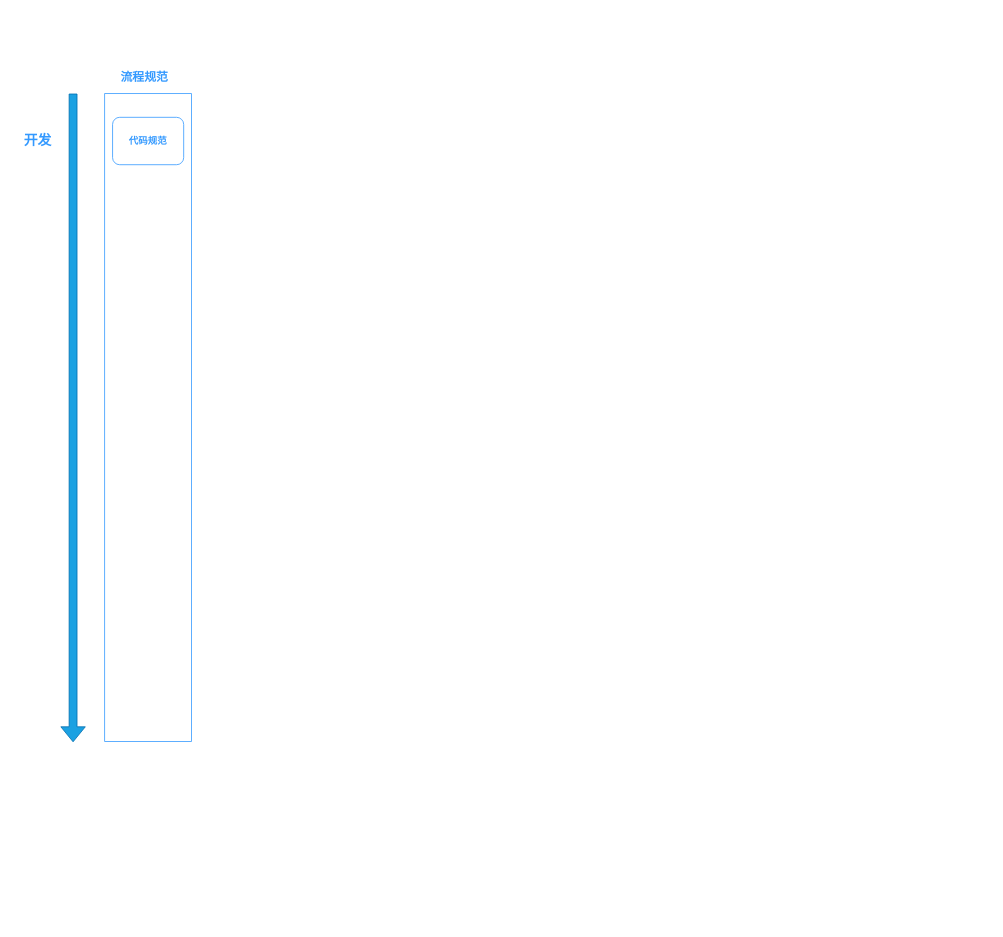
Before: 前端架构图.drawio in huangyijan/ImageRepository, a draw.io diagram. Source tidied: cells renumbered, new cells numbered last; positions are measured from the earlier drawing's top-left corner, leaving out a move shared by most shapes. Both pictures are drawn from the tidied source at 79%, with x=0, y=0 at pixel (13, 54).
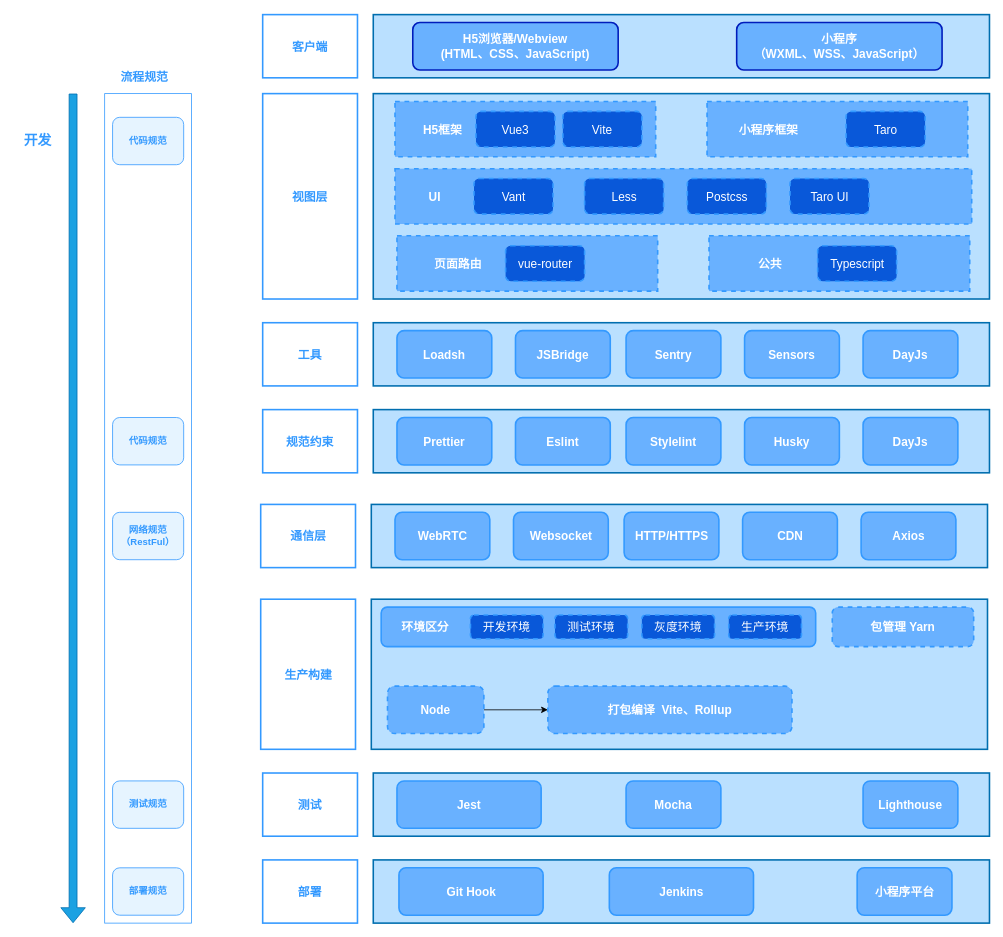
Above is the later version.

Commit message:
更新前端架构图.drawio

What changed in the source:
```diff
@@
     <mxCell id="2" style="shape=flexArrow;endArrow=classic;html=1;rounded=0;fillColor=#1ba1e2;strokeColor=#006EAF;" parent="1" edge="1">
       <mxGeometry relative="1" as="geometry">
         <mxPoint x="75" y="50" as="sourcePoint" />
-        <mxPoint x="75" y="871" as="targetPoint" />
+        <mxPoint x="75" y="1100" as="targetPoint" />
       </mxGeometry>
     </mxCell>
     <mxCell id="3" style="rounded=0;whiteSpace=wrap;html=1;strokeColor=#3399FF;strokeWidth=1;" parent="1" vertex="1">
-      <mxGeometry x="115" y="50" width="110" height="820" as="geometry" />
+      <mxGeometry x="115" y="50" width="110" height="1050" as="geometry" />
     </mxCell>
-    <mxCell id="4" value="&lt;b&gt;&lt;font color=&quot;#3399ff&quot;&gt;代码规范&lt;/font&gt;&lt;/b&gt;" style="rounded=1;whiteSpace=wrap;html=1;strokeColor=#3399FF;" parent="1" vertex="1">
+    <mxCell id="4" value="&lt;b&gt;&lt;font color=&quot;#3399ff&quot;&gt;代码规范&lt;/font&gt;&lt;/b&gt;" style="rounded=1;whiteSpace=wrap;html=1;strokeColor=#3399FF;fillColor=#e6f4ff;" parent="1" vertex="1">
       <mxGeometry x="125" y="80" width="90" height="60" as="geometry" />
     </mxCell>
@@
+    <mxCell id="7" value="&lt;b&gt;客户端&lt;/b&gt;" style="rounded=0;whiteSpace=wrap;html=1;strokeColor=#3399FF;strokeWidth=2;fontSize=15;fontColor=#3399FF;" parent="1" vertex="1">
+      <mxGeometry x="315" y="-50" width="120" height="80" as="geometry" />
+    </mxCell>
+    <mxCell id="8" style="rounded=0;whiteSpace=wrap;html=1;strokeColor=#006EAF;strokeWidth=2;fontSize=15;fontColor=#ffffff;align=center;fillColor=#bae0ff;" parent="1" vertex="1">
+      <mxGeometry x="455" y="-50" width="780" height="80" as="geometry" />
+    </mxCell>
+    <mxCell id="9" value="&lt;b&gt;H5浏览器/Webview&lt;br&gt;(HTML、CSS、JavaScript)&lt;br&gt;&lt;/b&gt;" style="rounded=1;whiteSpace=wrap;html=1;strokeColor=#001DBC;strokeWidth=2;fontSize=15;fontColor=#ffffff;fillColor=#69b1ff;" parent="1" vertex="1">
+      <mxGeometry x="505" y="-40" width="260" height="60" as="geometry" />
+    </mxCell>
+    <mxCell id="10" value="&lt;b&gt;小程序&lt;br&gt;（WXML、WSS、JavaScript）&lt;br&gt;&lt;/b&gt;" style="rounded=1;whiteSpace=wrap;html=1;strokeColor=#001DBC;strokeWidth=2;fontSize=15;fontColor=#ffffff;fillColor=#69b1ff;" parent="1" vertex="1">
+      <mxGeometry x="915" y="-40" width="260" height="60" as="geometry" />
+    </mxCell>
+    <mxCell id="11" value="&lt;b&gt;视图层&lt;/b&gt;" style="rounded=0;whiteSpace=wrap;html=1;strokeColor=#3399FF;strokeWidth=2;fontSize=15;fontColor=#3399FF;" parent="1" vertex="1">
+      <mxGeometry x="315" y="50" width="120" height="260" as="geometry" />
+    </mxCell>
+    <mxCell id="12" style="rounded=0;whiteSpace=wrap;html=1;strokeColor=#006EAF;strokeWidth=2;fontSize=15;fontColor=#ffffff;align=center;fillColor=#bae0ff;" parent="1" vertex="1">
+      <mxGeometry x="455" y="50" width="780" height="260" as="geometry" />
+    </mxCell>
+    <mxCell id="13" style="rounded=0;whiteSpace=wrap;html=1;strokeColor=#3399FF;strokeWidth=2;fontSize=15;fontColor=#FFFFFF;fillColor=#69b1ff;dashed=1;" parent="1" vertex="1">
+      <mxGeometry x="482.5" y="60" width="330" height="70" as="geometry" />
+    </mxCell>
+    <mxCell id="14" value="&lt;b&gt;H5框架&lt;/b&gt;" style="text;html=1;strokeColor=none;fillColor=none;align=center;verticalAlign=middle;whiteSpace=wrap;rounded=0;dashed=1;strokeWidth=2;fontSize=15;fontColor=#FFFFFF;" parent="1" vertex="1">
+      <mxGeometry x="512.5" y="80" width="60" height="30" as="geometry" />
+    </mxCell>
+    <mxCell id="15" value="Vue3" style="rounded=1;whiteSpace=wrap;html=1;dashed=1;strokeColor=#3399FF;strokeWidth=2;fontSize=15;fontColor=#FFFFFF;fillColor=#0958d9;" parent="1" vertex="1">
+      <mxGeometry x="585" y="72.5" width="100" height="45" as="geometry" />
+    </mxCell>
+    <mxCell id="16" style="rounded=0;whiteSpace=wrap;html=1;strokeColor=#3399FF;strokeWidth=2;fontSize=15;fontColor=#FFFFFF;fillColor=#69b1ff;dashed=1;" parent="1" vertex="1">
+      <mxGeometry x="877.5" y="60" width="330" height="70" as="geometry" />
+    </mxCell>
+    <mxCell id="17" value="&lt;b&gt;小程序框架&lt;/b&gt;" style="text;html=1;strokeColor=none;fillColor=none;align=center;verticalAlign=middle;whiteSpace=wrap;rounded=0;dashed=1;strokeWidth=2;fontSize=15;fontColor=#FFFFFF;" parent="1" vertex="1">
+      <mxGeometry x="907.5" y="80" width="95" height="30" as="geometry" />
+    </mxCell>
+    <mxCell id="18" value="Taro" style="rounded=1;whiteSpace=wrap;html=1;dashed=1;strokeColor=#3399FF;strokeWidth=2;fontSize=15;fontColor=#FFFFFF;fillColor=#0958d9;" parent="1" vertex="1">
+      <mxGeometry x="1053.5" y="72.5" width="100" height="45" as="geometry" />
+    </mxCell>
+    <mxCell id="19" style="rounded=0;whiteSpace=wrap;html=1;strokeColor=#3399FF;strokeWidth=2;fontSize=15;fontColor=#FFFFFF;fillColor=#69b1ff;dashed=1;" parent="1" vertex="1">
+      <mxGeometry x="482.5" y="145" width="730" height="70" as="geometry" />
+    </mxCell>
+    <mxCell id="20" value="&lt;b&gt;UI&lt;/b&gt;" style="text;html=1;strokeColor=none;fillColor=none;align=center;verticalAlign=middle;whiteSpace=wrap;rounded=0;dashed=1;strokeWidth=2;fontSize=15;fontColor=#FFFFFF;" parent="1" vertex="1">
+      <mxGeometry x="502.5" y="165" width="60" height="30" as="geometry" />
+    </mxCell>
+    <mxCell id="21" value="Vant" style="rounded=1;whiteSpace=wrap;html=1;dashed=1;strokeColor=#3399FF;strokeWidth=2;fontSize=15;fontColor=#FFFFFF;fillColor=#0958d9;" parent="1" vertex="1">
+      <mxGeometry x="582.5" y="157.5" width="100" height="45" as="geometry" />
+    </mxCell>
+    <mxCell id="22" value="Taro UI" style="rounded=1;whiteSpace=wrap;html=1;dashed=1;strokeColor=#3399FF;strokeWidth=2;fontSize=15;fontColor=#FFFFFF;fillColor=#0958d9;" parent="1" vertex="1">
+      <mxGeometry x="982.5" y="157.5" width="100" height="45" as="geometry" />
+    </mxCell>
+    <mxCell id="23" value="Less" style="rounded=1;whiteSpace=wrap;html=1;dashed=1;strokeColor=#3399FF;strokeWidth=2;fontSize=15;fontColor=#FFFFFF;fillColor=#0958d9;" parent="1" vertex="1">
+      <mxGeometry x="722.5" y="157.5" width="100" height="45" as="geometry" />
+    </mxCell>
+    <mxCell id="24" value="Postcss" style="rounded=1;whiteSpace=wrap;html=1;dashed=1;strokeColor=#3399FF;strokeWidth=2;fontSize=15;fontColor=#FFFFFF;fillColor=#0958d9;" parent="1" vertex="1">
+      <mxGeometry x="852.5" y="157.5" width="100" height="45" as="geometry" />
+    </mxCell>
+    <mxCell id="25" value="Vite" style="rounded=1;whiteSpace=wrap;html=1;dashed=1;strokeColor=#3399FF;strokeWidth=2;fontSize=15;fontColor=#FFFFFF;fillColor=#0958d9;" parent="1" vertex="1">
+      <mxGeometry x="695" y="72.5" width="100" height="45" as="geometry" />
+    </mxCell>
+    <mxCell id="26" style="rounded=0;whiteSpace=wrap;html=1;strokeColor=#3399FF;strokeWidth=2;fontSize=15;fontColor=#FFFFFF;fillColor=#69b1ff;dashed=1;" parent="1" vertex="1">
+      <mxGeometry x="485" y="230" width="330" height="70" as="geometry" />
+    </mxCell>
+    <mxCell id="27" value="&lt;b&gt;页面路由&lt;/b&gt;" style="text;html=1;strokeColor=none;fillColor=none;align=center;verticalAlign=middle;whiteSpace=wrap;rounded=0;dashed=1;strokeWidth=2;fontSize=15;fontColor=#FFFFFF;" parent="1" vertex="1">
+      <mxGeometry x="515" y="250" width="95" height="30" as="geometry" />
+    </mxCell>
+    <mxCell id="28" value="vue-router" style="rounded=1;whiteSpace=wrap;html=1;dashed=1;strokeColor=#3399FF;strokeWidth=2;fontSize=15;fontColor=#FFFFFF;fillColor=#0958d9;" parent="1" vertex="1">
+      <mxGeometry x="622.5" y="242.5" width="100" height="45" as="geometry" />
+    </mxCell>
+    <mxCell id="29" value="&lt;b&gt;工具&lt;/b&gt;" style="rounded=0;whiteSpace=wrap;html=1;strokeColor=#3399FF;strokeWidth=2;fontSize=15;fontColor=#3399FF;" parent="1" vertex="1">
+      <mxGeometry x="315" y="340" width="120" height="80" as="geometry" />
+    </mxCell>
+    <mxCell id="30" style="rounded=0;whiteSpace=wrap;html=1;strokeColor=#006EAF;strokeWidth=2;fontSize=15;fontColor=#ffffff;align=center;fillColor=#bae0ff;" parent="1" vertex="1">
+      <mxGeometry x="455" y="340" width="780" height="80" as="geometry" />
+    </mxCell>
+    <mxCell id="31" value="&lt;font color=&quot;#ffffff&quot;&gt;&lt;b&gt;Loadsh&lt;/b&gt;&lt;/font&gt;" style="rounded=1;whiteSpace=wrap;html=1;strokeColor=#3399FF;strokeWidth=2;fontSize=15;fontColor=#3399FF;fillColor=#69b1ff;" parent="1" vertex="1">
+      <mxGeometry x="485" y="350" width="120" height="60" as="geometry" />
+    </mxCell>
+    <mxCell id="32" value="&lt;font color=&quot;#ffffff&quot;&gt;&lt;b&gt;JSBridge&lt;/b&gt;&lt;/font&gt;" style="rounded=1;whiteSpace=wrap;html=1;strokeColor=#3399FF;strokeWidth=2;fontSize=15;fontColor=#3399FF;fillColor=#69b1ff;" parent="1" vertex="1">
+      <mxGeometry x="635" y="350" width="120" height="60" as="geometry" />
+    </mxCell>
+    <mxCell id="33" value="&lt;div style=&quot;text-align: start;&quot;&gt;&lt;b style=&quot;border-color: var(--border-color); color: rgb(255, 255, 255); text-align: center;&quot;&gt;Sentry&lt;/b&gt;&lt;br&gt;&lt;/div&gt;" style="rounded=1;whiteSpace=wrap;html=1;strokeColor=#3399FF;strokeWidth=2;fontSize=15;fontColor=#3399FF;fillColor=#69b1ff;" parent="1" vertex="1">
+      <mxGeometry x="775" y="350" width="120" height="60" as="geometry" />
+    </mxCell>
+    <mxCell id="34" value="&lt;font color=&quot;#ffffff&quot;&gt;&lt;b&gt;Sensors&lt;/b&gt;&lt;/font&gt;" style="rounded=1;whiteSpace=wrap;html=1;strokeColor=#3399FF;strokeWidth=2;fontSize=15;fontColor=#3399FF;fillColor=#69b1ff;" parent="1" vertex="1">
+      <mxGeometry x="925" y="350" width="120" height="60" as="geometry" />
+    </mxCell>
+    <mxCell id="35" value="&lt;font color=&quot;#ffffff&quot;&gt;&lt;b&gt;DayJs&lt;/b&gt;&lt;/font&gt;" style="rounded=1;whiteSpace=wrap;html=1;strokeColor=#3399FF;strokeWidth=2;fontSize=15;fontColor=#3399FF;fillColor=#69b1ff;" parent="1" vertex="1">
+      <mxGeometry x="1075" y="350" width="120" height="60" as="geometry" />
+    </mxCell>
+    <mxCell id="36" value="&lt;b&gt;通信层&lt;/b&gt;" style="rounded=0;whiteSpace=wrap;html=1;strokeColor=#3399FF;strokeWidth=2;fontSize=15;fontColor=#3399FF;" parent="1" vertex="1">
+      <mxGeometry x="312.5" y="570" width="120" height="80" as="geometry" />
+    </mxCell>
+    <mxCell id="37" style="rounded=0;whiteSpace=wrap;html=1;strokeColor=#006EAF;strokeWidth=2;fontSize=15;fontColor=#ffffff;align=center;fillColor=#bae0ff;" parent="1" vertex="1">
+      <mxGeometry x="452.5" y="570" width="780" height="80" as="geometry" />
+    </mxCell>
+    <mxCell id="38" value="&lt;font color=&quot;#ffffff&quot;&gt;&lt;b&gt;WebRTC&lt;/b&gt;&lt;/font&gt;" style="rounded=1;whiteSpace=wrap;html=1;strokeColor=#3399FF;strokeWidth=2;fontSize=15;fontColor=#3399FF;fillColor=#69b1ff;" parent="1" vertex="1">
+      <mxGeometry x="482.5" y="580" width="120" height="60" as="geometry" />
+    </mxCell>
+    <mxCell id="39" value="&lt;font color=&quot;#ffffff&quot;&gt;&lt;b&gt;Websocket&lt;/b&gt;&lt;/font&gt;" style="rounded=1;whiteSpace=wrap;html=1;strokeColor=#3399FF;strokeWidth=2;fontSize=15;fontColor=#3399FF;fillColor=#69b1ff;" parent="1" vertex="1">
+      <mxGeometry x="632.5" y="580" width="120" height="60" as="geometry" />
+    </mxCell>
+    <mxCell id="40" value="&lt;font color=&quot;#ffffff&quot;&gt;&lt;b&gt;HTTP/HTTPS&lt;/b&gt;&lt;/font&gt;" style="rounded=1;whiteSpace=wrap;html=1;strokeColor=#3399FF;strokeWidth=2;fontSize=15;fontColor=#3399FF;fillColor=#69b1ff;" parent="1" vertex="1">
+      <mxGeometry x="772.5" y="580" width="120" height="60" as="geometry" />
+    </mxCell>
+    <mxCell id="41" value="&lt;font color=&quot;#ffffff&quot;&gt;&lt;b&gt;CDN&lt;/b&gt;&lt;/font&gt;" style="rounded=1;whiteSpace=wrap;html=1;strokeColor=#3399FF;strokeWidth=2;fontSize=15;fontColor=#3399FF;fillColor=#69b1ff;" parent="1" vertex="1">
+      <mxGeometry x="922.5" y="580" width="120" height="60" as="geometry" />
+    </mxCell>
+    <mxCell id="42" value="&lt;font color=&quot;#ffffff&quot;&gt;&lt;b&gt;Axios&lt;/b&gt;&lt;/font&gt;" style="rounded=1;whiteSpace=wrap;html=1;strokeColor=#3399FF;strokeWidth=2;fontSize=15;fontColor=#3399FF;fillColor=#69b1ff;" parent="1" vertex="1">
+      <mxGeometry x="1072.5" y="580" width="120" height="60" as="geometry" />
+    </mxCell>
+    <mxCell id="43" value="&lt;b&gt;规范约束&lt;/b&gt;" style="rounded=0;whiteSpace=wrap;html=1;strokeColor=#3399FF;strokeWidth=2;fontSize=15;fontColor=#3399FF;" parent="1" vertex="1">
+      <mxGeometry x="315" y="450" width="120" height="80" as="geometry" />
+    </mxCell>
+    <mxCell id="44" style="rounded=0;whiteSpace=wrap;html=1;strokeColor=#006EAF;strokeWidth=2;fontSize=15;fontColor=#ffffff;align=center;fillColor=#bae0ff;" parent="1" vertex="1">
+      <mxGeometry x="455" y="450" width="780" height="80" as="geometry" />
+    </mxCell>
+    <mxCell id="45" value="&lt;font color=&quot;#ffffff&quot;&gt;&lt;b&gt;Prettier&lt;/b&gt;&lt;/font&gt;" style="rounded=1;whiteSpace=wrap;html=1;strokeColor=#3399FF;strokeWidth=2;fontSize=15;fontColor=#3399FF;fillColor=#69b1ff;align=center;" parent="1" vertex="1">
+      <mxGeometry x="485" y="460" width="120" height="60" as="geometry" />
+    </mxCell>
+    <mxCell id="46" value="&lt;font color=&quot;#ffffff&quot;&gt;&lt;b&gt;Eslint&lt;/b&gt;&lt;/font&gt;" style="rounded=1;whiteSpace=wrap;html=1;strokeColor=#3399FF;strokeWidth=2;fontSize=15;fontColor=#3399FF;fillColor=#69b1ff;" parent="1" vertex="1">
+      <mxGeometry x="635" y="460" width="120" height="60" as="geometry" />
+    </mxCell>
+    <mxCell id="47" value="&lt;div style=&quot;text-align: start;&quot;&gt;&lt;b style=&quot;border-color: var(--border-color); color: rgb(255, 255, 255); text-align: center;&quot;&gt;Stylelint&lt;/b&gt;&lt;br&gt;&lt;/div&gt;" style="rounded=1;whiteSpace=wrap;html=1;strokeColor=#3399FF;strokeWidth=2;fontSize=15;fontColor=#3399FF;fillColor=#69b1ff;" parent="1" vertex="1">
+      <mxGeometry x="775" y="460" width="120" height="60" as="geometry" />
+    </mxCell>
+    <mxCell id="48" value="&lt;font color=&quot;#ffffff&quot;&gt;&lt;b&gt;Husky&lt;/b&gt;&lt;/font&gt;" style="rounded=1;whiteSpace=wrap;html=1;strokeColor=#3399FF;strokeWidth=2;fontSize=15;fontColor=#3399FF;fillColor=#69b1ff;" parent="1" vertex="1">
+      <mxGeometry x="925" y="460" width="120" height="60" as="geometry" />
+    </mxCell>
+    <mxCell id="49" value="&lt;font color=&quot;#ffffff&quot;&gt;&lt;b&gt;DayJs&lt;/b&gt;&lt;/font&gt;" style="rounded=1;whiteSpace=wrap;html=1;strokeColor=#3399FF;strokeWidth=2;fontSize=15;fontColor=#3399FF;fillColor=#69b1ff;" parent="1" vertex="1">
+      <mxGeometry x="1075" y="460" width="120" height="60" as="geometry" />
+    </mxCell>
+    <mxCell id="50" style="rounded=0;whiteSpace=wrap;html=1;strokeColor=#3399FF;strokeWidth=2;fontSize=15;fontColor=#FFFFFF;fillColor=#69b1ff;dashed=1;" parent="1" vertex="1">
+      <mxGeometry x="880" y="230" width="330" height="70" as="geometry" />
+    </mxCell>
+    <mxCell id="51" value="&lt;b&gt;公共&lt;/b&gt;" style="text;html=1;strokeColor=none;fillColor=none;align=center;verticalAlign=middle;whiteSpace=wrap;rounded=0;dashed=1;strokeWidth=2;fontSize=15;fontColor=#FFFFFF;" parent="1" vertex="1">
+      <mxGeometry x="910" y="250" width="95" height="30" as="geometry" />
+    </mxCell>
+    <mxCell id="52" value="Typescript" style="rounded=1;whiteSpace=wrap;html=1;dashed=1;strokeColor=#3399FF;strokeWidth=2;fontSize=15;fontColor=#FFFFFF;fillColor=#0958d9;" parent="1" vertex="1">
+      <mxGeometry x="1017.5" y="242.5" width="100" height="45" as="geometry" />
+    </mxCell>
+    <mxCell id="53" value="&lt;font color=&quot;#3399ff&quot;&gt;&lt;b&gt;代码规范&lt;/b&gt;&lt;/font&gt;" style="rounded=1;whiteSpace=wrap;html=1;strokeColor=#3399FF;fillColor=#e6f4ff;" parent="1" vertex="1">
+      <mxGeometry x="125" y="460" width="90" height="60" as="geometry" />
+    </mxCell>
+    <mxCell id="54" value="&lt;b&gt;测试&lt;/b&gt;" style="rounded=0;whiteSpace=wrap;html=1;strokeColor=#3399FF;strokeWidth=2;fontSize=15;fontColor=#3399FF;" parent="1" vertex="1">
+      <mxGeometry x="315" y="910" width="120" height="80" as="geometry" />
+    </mxCell>
+    <mxCell id="55" style="rounded=0;whiteSpace=wrap;html=1;strokeColor=#006EAF;strokeWidth=2;fontSize=15;fontColor=#ffffff;align=center;fillColor=#bae0ff;" parent="1" vertex="1">
+      <mxGeometry x="455" y="910" width="780" height="80" as="geometry" />
+    </mxCell>
+    <mxCell id="56" value="&lt;font color=&quot;#ffffff&quot;&gt;&lt;b&gt;Jest&lt;/b&gt;&lt;/font&gt;" style="rounded=1;whiteSpace=wrap;html=1;strokeColor=#3399FF;strokeWidth=2;fontSize=15;fontColor=#3399FF;fillColor=#69b1ff;" parent="1" vertex="1">
+      <mxGeometry x="485" y="920" width="182.5" height="60" as="geometry" />
+    </mxCell>
+    <mxCell id="57" value="&lt;font color=&quot;#ffffff&quot;&gt;&lt;b&gt;Mocha&lt;/b&gt;&lt;/font&gt;" style="rounded=1;whiteSpace=wrap;html=1;strokeColor=#3399FF;strokeWidth=2;fontSize=15;fontColor=#3399FF;fillColor=#69b1ff;" parent="1" vertex="1">
+      <mxGeometry x="775" y="920" width="120" height="60" as="geometry" />
+    </mxCell>
+    <mxCell id="58" value="&lt;font color=&quot;#ffffff&quot;&gt;&lt;b&gt;Lighthouse&lt;/b&gt;&lt;/font&gt;" style="rounded=1;whiteSpace=wrap;html=1;strokeColor=#3399FF;strokeWidth=2;fontSize=15;fontColor=#3399FF;fillColor=#69b1ff;" parent="1" vertex="1">
+      <mxGeometry x="1075" y="920" width="120" height="60" as="geometry" />
+    </mxCell>
+    <mxCell id="59" value="&lt;b&gt;部署&lt;/b&gt;" style="rounded=0;whiteSpace=wrap;html=1;strokeColor=#3399FF;strokeWidth=2;fontSize=15;fontColor=#3399FF;" parent="1" vertex="1">
+      <mxGeometry x="315" y="1020" width="120" height="80" as="geometry" />
+    </mxCell>
+    <mxCell id="60" style="rounded=0;whiteSpace=wrap;html=1;strokeColor=#006EAF;strokeWidth=2;fontSize=15;fontColor=#ffffff;align=center;fillColor=#bae0ff;" parent="1" vertex="1">
+      <mxGeometry x="455" y="1020" width="780" height="80" as="geometry" />
+    </mxCell>
+    <mxCell id="61" value="&lt;font color=&quot;#ffffff&quot;&gt;&lt;b&gt;Jenkins&lt;/b&gt;&lt;/font&gt;" style="rounded=1;whiteSpace=wrap;html=1;strokeColor=#3399FF;strokeWidth=2;fontSize=15;fontColor=#3399FF;fillColor=#69b1ff;" parent="1" vertex="1">
+      <mxGeometry x="753.8" y="1030" width="182.5" height="60" as="geometry" />
+    </mxCell>
+    <mxCell id="62" value="&lt;font color=&quot;#ffffff&quot;&gt;&lt;b&gt;小程序平台&lt;/b&gt;&lt;/font&gt;" style="rounded=1;whiteSpace=wrap;html=1;strokeColor=#3399FF;strokeWidth=2;fontSize=15;fontColor=#3399FF;fillColor=#69b1ff;" parent="1" vertex="1">
+      <mxGeometry x="1067.5" y="1030" width="120" height="60" as="geometry" />
+    </mxCell>
+    <mxCell id="63" value="&lt;font color=&quot;#ffffff&quot;&gt;&lt;b&gt;Git Hook&lt;/b&gt;&lt;/font&gt;" style="rounded=1;whiteSpace=wrap;html=1;strokeColor=#3399FF;strokeWidth=2;fontSize=15;fontColor=#3399FF;fillColor=#69b1ff;" parent="1" vertex="1">
+      <mxGeometry x="487.5" y="1030" width="182.5" height="60" as="geometry" />
+    </mxCell>
+    <mxCell id="64" value="&lt;b&gt;生产构建&lt;/b&gt;" style="rounded=0;whiteSpace=wrap;html=1;strokeColor=#3399FF;strokeWidth=2;fontSize=15;fontColor=#3399FF;" parent="1" vertex="1">
+      <mxGeometry x="312.5" y="690" width="120" height="190" as="geometry" />
+    </mxCell>
+    <mxCell id="65" style="rounded=0;whiteSpace=wrap;html=1;strokeColor=#006EAF;strokeWidth=2;fontSize=15;fontColor=#ffffff;align=center;fillColor=#bae0ff;" parent="1" vertex="1">
+      <mxGeometry x="452.5" y="690" width="780" height="190" as="geometry" />
+    </mxCell>
+    <mxCell id="66" style="rounded=1;whiteSpace=wrap;html=1;strokeColor=#3399FF;strokeWidth=2;fontSize=15;fontColor=#3399FF;fillColor=#69b1ff;" parent="1" vertex="1">
+      <mxGeometry x="465" y="700" width="550" height="50" as="geometry" />
+    </mxCell>
+    <mxCell id="67" value="&lt;b style=&quot;border-color: var(--border-color);&quot;&gt;环境区分&lt;/b&gt;" style="text;html=1;strokeColor=none;fillColor=none;align=center;verticalAlign=middle;whiteSpace=wrap;rounded=0;dashed=1;strokeWidth=2;fontSize=15;fontColor=#FFFFFF;" parent="1" vertex="1">
+      <mxGeometry x="485" y="710" width="72" height="30" as="geometry" />
+    </mxCell>
+    <mxCell id="68" value="开发环境" style="rounded=1;whiteSpace=wrap;html=1;dashed=1;strokeColor=#3399FF;strokeWidth=2;fontSize=15;fontColor=#FFFFFF;fillColor=#0958d9;" parent="1" vertex="1">
+      <mxGeometry x="578" y="710" width="92" height="30" as="geometry" />
+    </mxCell>
+    <mxCell id="69" value="测试环境" style="rounded=1;whiteSpace=wrap;html=1;dashed=1;strokeColor=#3399FF;strokeWidth=2;fontSize=15;fontColor=#FFFFFF;fillColor=#0958d9;" parent="1" vertex="1">
+      <mxGeometry x="685" y="710" width="92" height="30" as="geometry" />
+    </mxCell>
+    <mxCell id="70" value="灰度环境" style="rounded=1;whiteSpace=wrap;html=1;dashed=1;strokeColor=#3399FF;strokeWidth=2;fontSize=15;fontColor=#FFFFFF;fillColor=#0958d9;" parent="1" vertex="1">
+      <mxGeometry x="795" y="710" width="92" height="30" as="geometry" />
+    </mxCell>
+    <mxCell id="71" value="生产环境" style="rounded=1;whiteSpace=wrap;html=1;dashed=1;strokeColor=#3399FF;strokeWidth=2;fontSize=15;fontColor=#FFFFFF;fillColor=#0958d9;" parent="1" vertex="1">
+      <mxGeometry x="905" y="710" width="92" height="30" as="geometry" />
+    </mxCell>
+    <mxCell id="72" value="&lt;font color=&quot;#ffffff&quot;&gt;&lt;b&gt;包管理&lt;span style=&quot;white-space: pre;&quot;&gt; &lt;/span&gt;Yarn&lt;/b&gt;&lt;/font&gt;" style="rounded=1;whiteSpace=wrap;html=1;dashed=1;strokeColor=#3399FF;strokeWidth=2;fontSize=15;fontColor=#3399FF;fillColor=#69b1ff;" parent="1" vertex="1">
+      <mxGeometry x="1036" y="700" width="179" height="50" as="geometry" />
+    </mxCell>
+    <mxCell id="73" value="&lt;font color=&quot;#3399ff&quot;&gt;&lt;b&gt;部署规范&lt;/b&gt;&lt;/font&gt;" style="rounded=1;whiteSpace=wrap;html=1;strokeColor=#3399FF;fillColor=#e6f4ff;" parent="1" vertex="1">
+      <mxGeometry x="125" y="1030" width="90" height="60" as="geometry" />
+    </mxCell>
+    <mxCell id="74" value="&lt;font color=&quot;#3399ff&quot;&gt;&lt;b&gt;测试规范&lt;/b&gt;&lt;/font&gt;" style="rounded=1;whiteSpace=wrap;html=1;strokeColor=#3399FF;fillColor=#e6f4ff;" parent="1" vertex="1">
+      <mxGeometry x="125" y="920" width="90" height="60" as="geometry" />
+    </mxCell>
+    <mxCell id="75" value="&lt;font color=&quot;#3399ff&quot;&gt;&lt;b&gt;网络规范&lt;br&gt;（RestFul）&lt;br&gt;&lt;/b&gt;&lt;/font&gt;" style="rounded=1;whiteSpace=wrap;html=1;strokeColor=#3399FF;fillColor=#e6f4ff;" parent="1" vertex="1">
+      <mxGeometry x="125" y="580" width="90" height="60" as="geometry" />
+    </mxCell>
+    <mxCell id="76" style="edgeStyle=orthogonalEdgeStyle;rounded=0;jettySize=auto;html=1;fontSize=15;fontColor=#FFFFFF;" parent="1" edge="1" source="77" target="78">
+      <mxGeometry relative="1" as="geometry" />
+    </mxCell>
+    <mxCell id="77" value="&lt;b&gt;&lt;font color=&quot;#ffffff&quot;&gt;Node&lt;/font&gt;&lt;/b&gt;" style="rounded=1;whiteSpace=wrap;html=1;dashed=1;strokeColor=#3399FF;strokeWidth=2;fontSize=15;fontColor=#3399FF;fillColor=#69b1ff;" parent="1" vertex="1">
+      <mxGeometry x="473" y="800" width="122" height="60" as="geometry" />
+    </mxCell>
+    <mxCell id="78" value="&lt;b&gt;&lt;font color=&quot;#ffffff&quot;&gt;打包编译&lt;span style=&quot;white-space: pre;&quot;&gt; &lt;/span&gt;&lt;span style=&quot;white-space: pre;&quot;&gt; &lt;/span&gt;Vite、Rollup&lt;/font&gt;&lt;/b&gt;" style="whiteSpace=wrap;html=1;fontSize=15;fillColor=#69b1ff;strokeColor=#3399FF;fontColor=#3399FF;rounded=1;dashed=1;strokeWidth=2;" parent="1" vertex="1">
+      <mxGeometry x="676" y="800" width="309" height="60" as="geometry" />
+    </mxCell>
```
